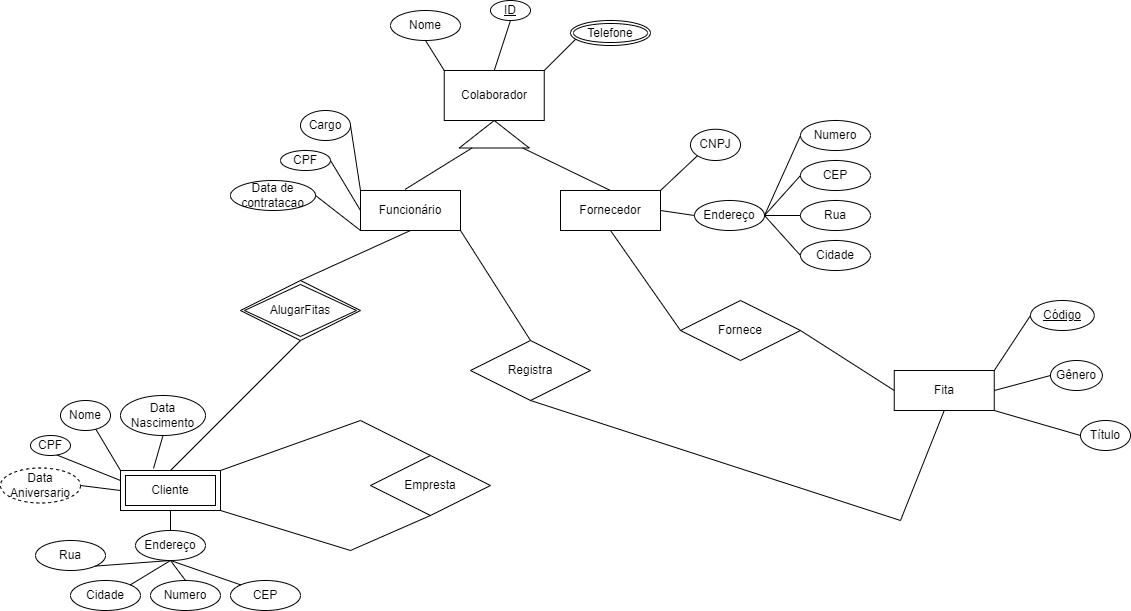
Above: Database Diagram.drawio.png in ivanalves-t/DataBaseMER (draw.io), before the change. Source tidied: cells renumbered, new cells last; positions are measured from the earlier drawing's top-left corner, leaving out a move shared by most shapes.
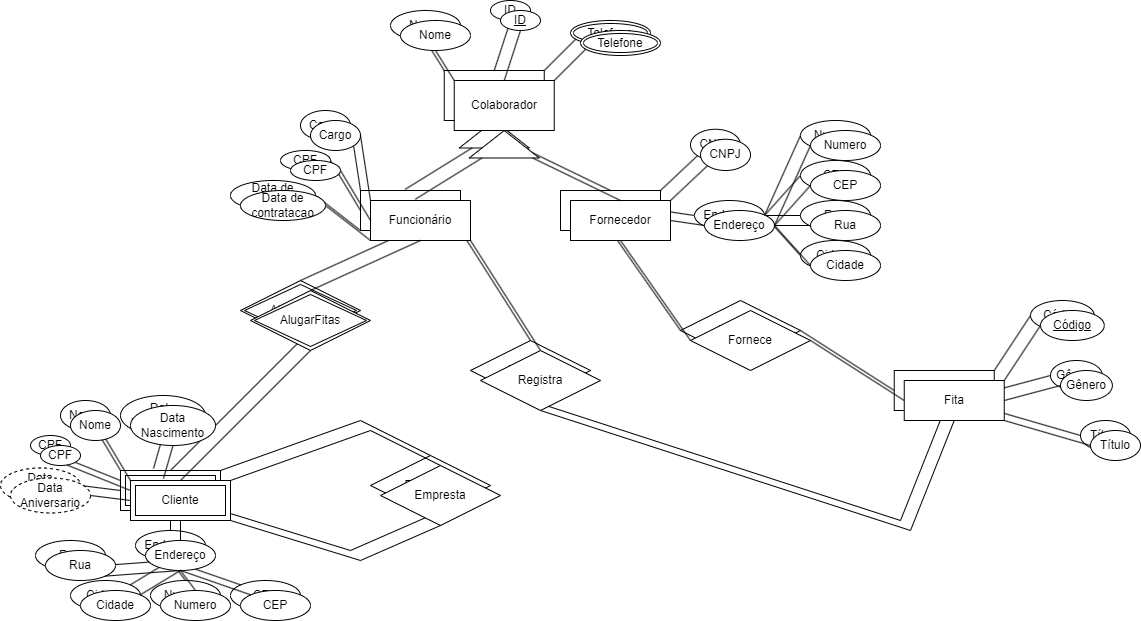
After the commit.

Commit message:
Design completo diagrama v0.0.1

Diff of the diagram source:
```diff
@@ -218,5 +218,221 @@
     <mxCell id="69" value="Telefone" style="ellipse;shape=doubleEllipse;margin=3;whiteSpace=wrap;html=1;align=center;" parent="1" vertex="1">
       <mxGeometry x="570" y="20" width="80" height="25" as="geometry" />
     </mxCell>
+    <mxCell id="70" style="triangle;whiteSpace=wrap;html=1;rotation=-90;" parent="1" vertex="1">
+      <mxGeometry x="490" y="108.8" width="27.5" height="70" as="geometry" />
+    </mxCell>
+    <mxCell id="71" value="Colaborador" style="whiteSpace=wrap;html=1;align=center;" parent="1" vertex="1">
+      <mxGeometry x="453.8" y="80" width="100" height="50" as="geometry" />
+    </mxCell>
+    <mxCell id="72" style="endArrow=none;html=1;rounded=0;entryX=0;entryY=0;entryDx=0;entryDy=0;exitX=0.5;exitY=1;exitDx=0;exitDy=0;" parent="1" edge="1" source="84" target="71">
+      <mxGeometry relative="1" as="geometry" />
+    </mxCell>
+    <mxCell id="73" value="Funcionário" style="whiteSpace=wrap;html=1;align=center;" parent="1" vertex="1">
+      <mxGeometry x="370" y="200" width="100" height="40" as="geometry" />
+    </mxCell>
+    <mxCell id="74" value="Fornecedor" style="whiteSpace=wrap;html=1;align=center;" parent="1" vertex="1">
+      <mxGeometry x="570" y="200" width="100" height="40" as="geometry" />
+    </mxCell>
+    <mxCell id="75" style="endArrow=none;html=1;rounded=0;entryX=0.447;entryY=-0.029;entryDx=0;entryDy=0;entryPerimeter=0;" parent="1" edge="1" source="70" target="73">
+      <mxGeometry relative="1" as="geometry" />
+    </mxCell>
+    <mxCell id="76" style="endArrow=none;html=1;rounded=0;entryX=0.5;entryY=0;entryDx=0;entryDy=0;" parent="1" edge="1" source="70" target="74">
+      <mxGeometry relative="1" as="geometry" />
+    </mxCell>
+    <mxCell id="77" value="Fita" style="whiteSpace=wrap;html=1;align=center;" parent="1" vertex="1">
+      <mxGeometry x="903.8" y="380" width="100" height="40" as="geometry" />
+    </mxCell>
+    <mxCell id="78" value="Código" style="ellipse;whiteSpace=wrap;html=1;align=center;fontStyle=4;" parent="1" vertex="1">
+      <mxGeometry x="1040" y="310" width="63.8" height="30" as="geometry" />
+    </mxCell>
+    <mxCell id="79" value="Gênero" style="ellipse;whiteSpace=wrap;html=1;align=center;" parent="1" vertex="1">
+      <mxGeometry x="1060" y="370" width="51.9" height="30" as="geometry" />
+    </mxCell>
+    <mxCell id="80" value="Título" style="ellipse;whiteSpace=wrap;html=1;align=center;" parent="1" vertex="1">
+      <mxGeometry x="1090" y="430" width="50" height="30" as="geometry" />
+    </mxCell>
+    <mxCell id="81" style="endArrow=none;html=1;rounded=0;entryX=1;entryY=0;entryDx=0;entryDy=0;exitX=0;exitY=0.5;exitDx=0;exitDy=0;" parent="1" edge="1" source="78" target="77">
+      <mxGeometry relative="1" as="geometry" />
+    </mxCell>
+    <mxCell id="82" style="endArrow=none;html=1;rounded=0;exitX=1;exitY=0.5;exitDx=0;exitDy=0;entryX=0;entryY=0.5;entryDx=0;entryDy=0;" parent="1" edge="1" source="77" target="79">
+      <mxGeometry relative="1" as="geometry" />
+    </mxCell>
+    <mxCell id="83" style="endArrow=none;html=1;rounded=0;exitX=1;exitY=1;exitDx=0;exitDy=0;entryX=0;entryY=0.5;entryDx=0;entryDy=0;" parent="1" edge="1" source="77" target="80">
+      <mxGeometry relative="1" as="geometry" />
+    </mxCell>
+    <mxCell id="84" value="Nome" style="ellipse;whiteSpace=wrap;html=1;align=center;" parent="1" vertex="1">
+      <mxGeometry x="400" y="20" width="70" height="30" as="geometry" />
+    </mxCell>
+    <mxCell id="85" style="endArrow=none;html=1;rounded=0;exitX=1;exitY=0;exitDx=0;exitDy=0;entryX=0.08;entryY=0.7;entryDx=0;entryDy=0;entryPerimeter=0;" parent="1" edge="1" source="71" target="137">
+      <mxGeometry relative="1" as="geometry" />
+    </mxCell>
+    <mxCell id="86" value="ID" style="ellipse;whiteSpace=wrap;html=1;align=center;fontStyle=4;" parent="1" vertex="1">
+      <mxGeometry x="500" y="10" width="40" height="20" as="geometry" />
+    </mxCell>
+    <mxCell id="87" style="endArrow=none;html=1;rounded=0;exitX=0.5;exitY=0;exitDx=0;exitDy=0;entryX=0.5;entryY=1;entryDx=0;entryDy=0;" parent="1" edge="1" source="71" target="86">
+      <mxGeometry relative="1" as="geometry" />
+    </mxCell>
+    <mxCell id="88" value="CNPJ" style="ellipse;whiteSpace=wrap;html=1;align=center;" parent="1" vertex="1">
+      <mxGeometry x="700" y="138.8" width="50" height="31.2" as="geometry" />
+    </mxCell>
+    <mxCell id="89" value="Endereço" style="ellipse;whiteSpace=wrap;html=1;align=center;" parent="1" vertex="1">
+      <mxGeometry x="704" y="210" width="70" height="30" as="geometry" />
+    </mxCell>
+    <mxCell id="90" value="Rua&lt;span style=&quot;color: rgba(0, 0, 0, 0); font-family: monospace; font-size: 0px; text-align: start; text-wrap: nowrap;&quot;&gt;%3CmxGraphModel%3E%3Croot%3E%3CmxCell%20id%3D%220%22%2F%3E%3CmxCell%20id%3D%221%22%20parent%3D%220%22%2F%3E%3CmxCell%20id%3D%222%22%20value%3D%22Endere%C3%A7o%22%20style%3D%22ellipse%3BwhiteSpace%3Dwrap%3Bhtml%3D1%3Balign%3Dcenter%3B%22%20vertex%3D%221%22%20parent%3D%221%22%3E%3CmxGeometry%20x%3D%22360%22%20y%3D%22220%22%20width%3D%2270%22%20height%3D%2230%22%20as%3D%22geometry%22%2F%3E%3C%2FmxCell%3E%3C%2Froot%3E%3C%2FmxGraphModel%3E&lt;/span&gt;&lt;span style=&quot;color: rgba(0, 0, 0, 0); font-family: monospace; font-size: 0px; text-align: start; text-wrap: nowrap;&quot;&gt;%3CmxGraphModel%3E%3Croot%3E%3CmxCell%20id%3D%220%22%2F%3E%3CmxCell%20id%3D%221%22%20parent%3D%220%22%2F%3E%3CmxCell%20id%3D%222%22%20value%3D%22Endere%C3%A7o%22%20style%3D%22ellipse%3BwhiteSpace%3Dwrap%3Bhtml%3D1%3Balign%3Dcenter%3B%22%20vertex%3D%221%22%20parent%3D%221%22%3E%3CmxGeometry%20x%3D%22360%22%20y%3D%22220%22%20width%3D%2270%22%20height%3D%2230%22%20as%3D%22geometry%22%2F%3E%3C%2FmxCell%3E%3C%2Froot%3E%3C%2FmxGraphModel%3E&lt;/span&gt;" style="ellipse;whiteSpace=wrap;html=1;align=center;" parent="1" vertex="1">
+      <mxGeometry x="810" y="210" width="70" height="30" as="geometry" />
+    </mxCell>
+    <mxCell id="91" value="CEP" style="ellipse;whiteSpace=wrap;html=1;align=center;" parent="1" vertex="1">
+      <mxGeometry x="810" y="170" width="70" height="30" as="geometry" />
+    </mxCell>
+    <mxCell id="92" value="Cidade" style="ellipse;whiteSpace=wrap;html=1;align=center;" parent="1" vertex="1">
+      <mxGeometry x="810" y="250" width="70" height="30" as="geometry" />
+    </mxCell>
+    <mxCell id="93" value="Cargo" style="ellipse;whiteSpace=wrap;html=1;align=center;" parent="1" vertex="1">
+      <mxGeometry x="310" y="120" width="50" height="30" as="geometry" />
+    </mxCell>
+    <mxCell id="94" value="Numero" style="ellipse;whiteSpace=wrap;html=1;align=center;" parent="1" vertex="1">
+      <mxGeometry x="810" y="130" width="70" height="30" as="geometry" />
+    </mxCell>
+    <mxCell id="95" style="endArrow=none;html=1;rounded=0;exitX=1;exitY=0;exitDx=0;exitDy=0;entryX=0;entryY=1;entryDx=0;entryDy=0;" parent="1" edge="1" source="74" target="88">
+      <mxGeometry relative="1" as="geometry" />
+    </mxCell>
+    <mxCell id="96" style="endArrow=none;html=1;rounded=0;exitX=1;exitY=0.5;exitDx=0;exitDy=0;entryX=0;entryY=0.5;entryDx=0;entryDy=0;" parent="1" edge="1" source="74" target="89">
+      <mxGeometry relative="1" as="geometry" />
+    </mxCell>
+    <mxCell id="97" style="endArrow=none;html=1;rounded=0;exitX=1;exitY=0.5;exitDx=0;exitDy=0;entryX=0;entryY=0.5;entryDx=0;entryDy=0;" parent="1" edge="1" source="89" target="92">
+      <mxGeometry relative="1" as="geometry" />
+    </mxCell>
+    <mxCell id="98" style="endArrow=none;html=1;rounded=0;exitX=1;exitY=0.5;exitDx=0;exitDy=0;entryX=0;entryY=0.5;entryDx=0;entryDy=0;" parent="1" edge="1" source="89" target="90">
+      <mxGeometry relative="1" as="geometry" />
+    </mxCell>
+    <mxCell id="99" style="endArrow=none;html=1;rounded=0;exitX=1;exitY=0.5;exitDx=0;exitDy=0;entryX=0;entryY=0.5;entryDx=0;entryDy=0;" parent="1" edge="1" source="89" target="91">
+      <mxGeometry relative="1" as="geometry" />
+    </mxCell>
+    <mxCell id="100" style="endArrow=none;html=1;rounded=0;exitX=1;exitY=0.5;exitDx=0;exitDy=0;entryX=0;entryY=0.5;entryDx=0;entryDy=0;" parent="1" edge="1" source="89" target="94">
+      <mxGeometry relative="1" as="geometry" />
+    </mxCell>
+    <mxCell id="101" style="endArrow=none;html=1;rounded=0;exitX=1;exitY=0.5;exitDx=0;exitDy=0;entryX=0;entryY=0;entryDx=0;entryDy=0;" parent="1" edge="1" source="93" target="73">
+      <mxGeometry relative="1" as="geometry" />
+    </mxCell>
+    <mxCell id="102" value="CPF" style="ellipse;whiteSpace=wrap;html=1;align=center;" parent="1" vertex="1">
+      <mxGeometry x="290" y="160" width="50" height="20" as="geometry" />
+    </mxCell>
+    <mxCell id="103" value="Data de contratacao" style="ellipse;whiteSpace=wrap;html=1;align=center;" parent="1" vertex="1">
+      <mxGeometry x="240" y="190" width="85" height="30" as="geometry" />
+    </mxCell>
+    <mxCell id="104" style="endArrow=none;html=1;rounded=0;exitX=1;exitY=0.5;exitDx=0;exitDy=0;entryX=0;entryY=0.5;entryDx=0;entryDy=0;" parent="1" edge="1" source="102" target="73">
+      <mxGeometry relative="1" as="geometry" />
+    </mxCell>
+    <mxCell id="105" style="endArrow=none;html=1;rounded=0;exitX=1;exitY=0.5;exitDx=0;exitDy=0;entryX=0;entryY=1;entryDx=0;entryDy=0;" parent="1" edge="1" source="103" target="73">
+      <mxGeometry relative="1" as="geometry" />
+    </mxCell>
+    <mxCell id="106" value="Cliente" style="shape=ext;margin=3;double=1;whiteSpace=wrap;html=1;align=center;" parent="1" vertex="1">
+      <mxGeometry x="130" y="480" width="100" height="40" as="geometry" />
+    </mxCell>
+    <mxCell id="107" value="Nome" style="ellipse;whiteSpace=wrap;html=1;align=center;" parent="1" vertex="1">
+      <mxGeometry x="70" y="410" width="50" height="30" as="geometry" />
+    </mxCell>
+    <mxCell id="108" value="Endereço" style="ellipse;whiteSpace=wrap;html=1;align=center;" parent="1" vertex="1">
+      <mxGeometry x="145" y="540" width="70" height="30" as="geometry" />
+    </mxCell>
+    <mxCell id="109" value="Rua&lt;span style=&quot;color: rgba(0, 0, 0, 0); font-family: monospace; font-size: 0px; text-align: start; text-wrap: nowrap;&quot;&gt;%3CmxGraphModel%3E%3Croot%3E%3CmxCell%20id%3D%220%22%2F%3E%3CmxCell%20id%3D%221%22%20parent%3D%220%22%2F%3E%3CmxCell%20id%3D%222%22%20value%3D%22Endere%C3%A7o%22%20style%3D%22ellipse%3BwhiteSpace%3Dwrap%3Bhtml%3D1%3Balign%3Dcenter%3B%22%20vertex%3D%221%22%20parent%3D%221%22%3E%3CmxGeometry%20x%3D%22360%22%20y%3D%22220%22%20width%3D%2270%22%20height%3D%2230%22%20as%3D%22geometry%22%2F%3E%3C%2FmxCell%3E%3C%2Froot%3E%3C%2FmxGraphModel%3E&lt;/span&gt;&lt;span style=&quot;color: rgba(0, 0, 0, 0); font-family: monospace; font-size: 0px; text-align: start; text-wrap: nowrap;&quot;&gt;%3CmxGraphModel%3E%3Croot%3E%3CmxCell%20id%3D%220%22%2F%3E%3CmxCell%20id%3D%221%22%20parent%3D%220%22%2F%3E%3CmxCell%20id%3D%222%22%20value%3D%22Endere%C3%A7o%22%20style%3D%22ellipse%3BwhiteSpace%3Dwrap%3Bhtml%3D1%3Balign%3Dcenter%3B%22%20vertex%3D%221%22%20parent%3D%221%22%3E%3CmxGeometry%20x%3D%22360%22%20y%3D%22220%22%20width%3D%2270%22%20height%3D%2230%22%20as%3D%22geometry%22%2F%3E%3C%2FmxCell%3E%3C%2Froot%3E%3C%2FmxGraphModel%3E&lt;/span&gt;" style="ellipse;whiteSpace=wrap;html=1;align=center;" parent="1" vertex="1">
+      <mxGeometry x="45" y="550" width="70" height="30" as="geometry" />
+    </mxCell>
+    <mxCell id="110" value="CEP" style="ellipse;whiteSpace=wrap;html=1;align=center;" parent="1" vertex="1">
+      <mxGeometry x="240" y="590" width="70" height="30" as="geometry" />
+    </mxCell>
+    <mxCell id="111" value="Cidade" style="ellipse;whiteSpace=wrap;html=1;align=center;" parent="1" vertex="1">
+      <mxGeometry x="80" y="590" width="70" height="30" as="geometry" />
+    </mxCell>
+    <mxCell id="112" value="Numero" style="ellipse;whiteSpace=wrap;html=1;align=center;" parent="1" vertex="1">
+      <mxGeometry x="160" y="590" width="70" height="30" as="geometry" />
+    </mxCell>
+    <mxCell id="113" value="Data Aniversario" style="ellipse;whiteSpace=wrap;html=1;align=center;dashed=1;" parent="1" vertex="1">
+      <mxGeometry x="10" y="477.5" width="80" height="35" as="geometry" />
+    </mxCell>
+    <mxCell id="114" style="endArrow=none;html=1;rounded=0;exitX=0.5;exitY=1;exitDx=0;exitDy=0;entryX=0;entryY=0;entryDx=0;entryDy=0;" parent="1" edge="1" source="108" target="110">
+      <mxGeometry relative="1" as="geometry" />
+    </mxCell>
+    <mxCell id="115" style="endArrow=none;html=1;rounded=0;exitX=0.5;exitY=1;exitDx=0;exitDy=0;entryX=0.5;entryY=0;entryDx=0;entryDy=0;" parent="1" edge="1" source="108" target="112">
+      <mxGeometry relative="1" as="geometry" />
+    </mxCell>
+    <mxCell id="116" style="endArrow=none;html=1;rounded=0;exitX=0.5;exitY=1;exitDx=0;exitDy=0;entryX=1;entryY=0;entryDx=0;entryDy=0;" parent="1" edge="1" source="108" target="111">
+      <mxGeometry relative="1" as="geometry" />
+    </mxCell>
+    <mxCell id="117" style="endArrow=none;html=1;rounded=0;exitX=0.5;exitY=1;exitDx=0;exitDy=0;entryX=1;entryY=1;entryDx=0;entryDy=0;" parent="1" edge="1" source="108" target="109">
+      <mxGeometry relative="1" as="geometry" />
+    </mxCell>
+    <mxCell id="118" style="endArrow=none;html=1;rounded=0;exitX=0;exitY=0.5;exitDx=0;exitDy=0;entryX=1;entryY=0.5;entryDx=0;entryDy=0;" parent="1" edge="1" source="106" target="113">
+      <mxGeometry relative="1" as="geometry" />
+    </mxCell>
+    <mxCell id="119" style="endArrow=none;html=1;rounded=0;exitX=0;exitY=0.25;exitDx=0;exitDy=0;entryX=0.63;entryY=0.95;entryDx=0;entryDy=0;entryPerimeter=0;" parent="1" edge="1" source="106" target="136">
+      <mxGeometry relative="1" as="geometry" />
+    </mxCell>
+    <mxCell id="120" style="endArrow=none;html=1;rounded=0;exitX=0;exitY=0;exitDx=0;exitDy=0;entryX=0.705;entryY=0.952;entryDx=0;entryDy=0;entryPerimeter=0;" parent="1" edge="1" source="106" target="107">
+      <mxGeometry relative="1" as="geometry" />
+    </mxCell>
+    <mxCell id="121" style="endArrow=none;html=1;rounded=0;exitX=0.5;exitY=0;exitDx=0;exitDy=0;entryX=0.5;entryY=1;entryDx=0;entryDy=0;" parent="1" edge="1" source="108" target="106">
+      <mxGeometry relative="1" as="geometry" />
+    </mxCell>
+    <mxCell id="122" value="AlugarFitas" style="shape=rhombus;double=1;perimeter=rhombusPerimeter;whiteSpace=wrap;html=1;align=center;" parent="1" vertex="1">
+      <mxGeometry x="250" y="290" width="120" height="60" as="geometry" />
+    </mxCell>
+    <mxCell id="123" style="endArrow=none;html=1;rounded=0;exitX=0.5;exitY=0;exitDx=0;exitDy=0;entryX=0.5;entryY=1;entryDx=0;entryDy=0;" parent="1" edge="1" source="106" target="122">
+      <mxGeometry relative="1" as="geometry" />
+    </mxCell>
+    <mxCell id="124" style="endArrow=none;html=1;rounded=0;exitX=0.5;exitY=1;exitDx=0;exitDy=0;entryX=0.5;entryY=0;entryDx=0;entryDy=0;" parent="1" edge="1" source="73" target="122">
+      <mxGeometry relative="1" as="geometry" />
+    </mxCell>
+    <mxCell id="125" value="Fornece" style="shape=rhombus;perimeter=rhombusPerimeter;whiteSpace=wrap;html=1;align=center;" parent="1" vertex="1">
+      <mxGeometry x="690" y="310" width="120" height="60" as="geometry" />
+    </mxCell>
+    <mxCell id="126" style="endArrow=none;html=1;rounded=0;exitX=0.5;exitY=1;exitDx=0;exitDy=0;entryX=0;entryY=0.5;entryDx=0;entryDy=0;" parent="1" edge="1" source="74" target="125">
+      <mxGeometry relative="1" as="geometry" />
+    </mxCell>
+    <mxCell id="127" style="endArrow=none;html=1;rounded=0;exitX=1;exitY=0.5;exitDx=0;exitDy=0;entryX=0;entryY=0.5;entryDx=0;entryDy=0;" parent="1" edge="1" source="125" target="77">
+      <mxGeometry relative="1" as="geometry" />
+    </mxCell>
+    <mxCell id="128" value="Registra" style="shape=rhombus;perimeter=rhombusPerimeter;whiteSpace=wrap;html=1;align=center;" parent="1" vertex="1">
+      <mxGeometry x="480" y="350" width="120" height="60" as="geometry" />
+    </mxCell>
+    <mxCell id="129" style="endArrow=none;html=1;rounded=0;exitX=1;exitY=1;exitDx=0;exitDy=0;entryX=0.5;entryY=0;entryDx=0;entryDy=0;" parent="1" edge="1" source="73" target="128">
+      <mxGeometry relative="1" as="geometry" />
+    </mxCell>
+    <mxCell id="130" style="endArrow=none;html=1;rounded=0;exitX=0.5;exitY=1;exitDx=0;exitDy=0;entryX=0.5;entryY=1;entryDx=0;entryDy=0;" parent="1" edge="1" source="128" target="77">
+      <mxGeometry relative="1" as="geometry">
+        <Array as="points">
+          <mxPoint x="910" y="530" />
+        </Array>
+      </mxGeometry>
+    </mxCell>
+    <mxCell id="131" value="Empresta" style="shape=rhombus;perimeter=rhombusPerimeter;whiteSpace=wrap;html=1;align=center;" parent="1" vertex="1">
+      <mxGeometry x="380" y="465" width="120" height="60" as="geometry" />
+    </mxCell>
+    <mxCell id="132" style="endArrow=none;html=1;rounded=0;exitX=1;exitY=0;exitDx=0;exitDy=0;entryX=0.5;entryY=0;entryDx=0;entryDy=0;" parent="1" edge="1" source="106" target="131">
+      <mxGeometry relative="1" as="geometry">
+        <Array as="points">
+          <mxPoint x="370" y="430" />
+        </Array>
+      </mxGeometry>
+    </mxCell>
+    <mxCell id="133" style="endArrow=none;html=1;rounded=0;exitX=1;exitY=1;exitDx=0;exitDy=0;entryX=0.5;entryY=1;entryDx=0;entryDy=0;" parent="1" edge="1" source="106" target="131">
+      <mxGeometry relative="1" as="geometry">
+        <Array as="points">
+          <mxPoint x="360" y="560" />
+        </Array>
+      </mxGeometry>
+    </mxCell>
+    <mxCell id="134" value="Data&lt;div&gt;Nascimento&lt;/div&gt;" style="ellipse;whiteSpace=wrap;html=1;align=center;" parent="1" vertex="1">
+      <mxGeometry x="130" y="405" width="85" height="40" as="geometry" />
+    </mxCell>
+    <mxCell id="135" style="endArrow=none;html=1;rounded=0;exitX=0.5;exitY=1;exitDx=0;exitDy=0;entryX=0.33;entryY=-0.05;entryDx=0;entryDy=0;entryPerimeter=0;" parent="1" edge="1" source="134" target="106">
+      <mxGeometry relative="1" as="geometry" />
+    </mxCell>
+    <mxCell id="136" value="CPF" style="ellipse;whiteSpace=wrap;html=1;align=center;" parent="1" vertex="1">
+      <mxGeometry x="40" y="445" width="40" height="20" as="geometry" />
+    </mxCell>
+    <mxCell id="137" value="Telefone" style="ellipse;shape=doubleEllipse;margin=3;whiteSpace=wrap;html=1;align=center;" parent="1" vertex="1">
+      <mxGeometry x="580" y="30" width="80" height="25" as="geometry" />
+    </mxCell>
   </root>
 </mxGraphModel>
```
